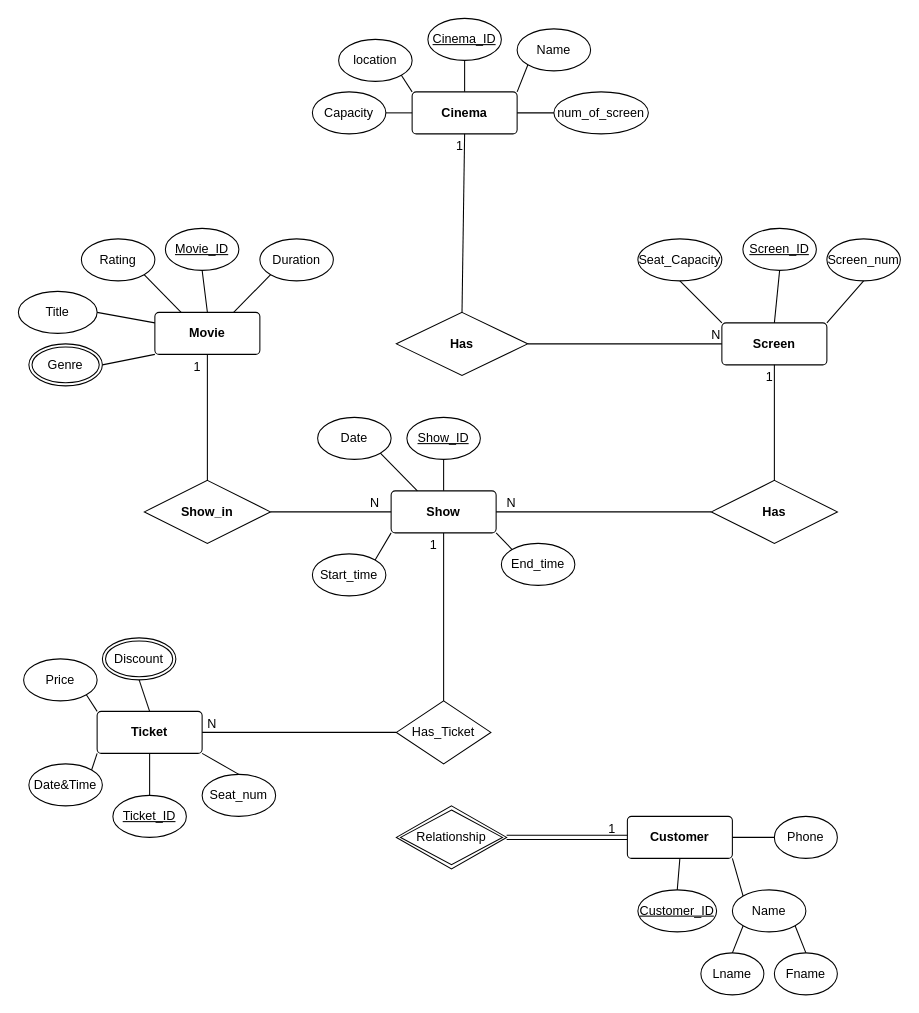
Earlier version of the draw.io diagram Untitled Diagram.drawio (R-Zarei/Cinema-db). Source tidied: cells renumbered, new cells numbered last; positions are measured from the earlier drawing's top-left corner, leaving out a move shared by most shapes. Both pictures are drawn from the tidied source at 105%, with x=0, y=0 at pixel (18, 18).
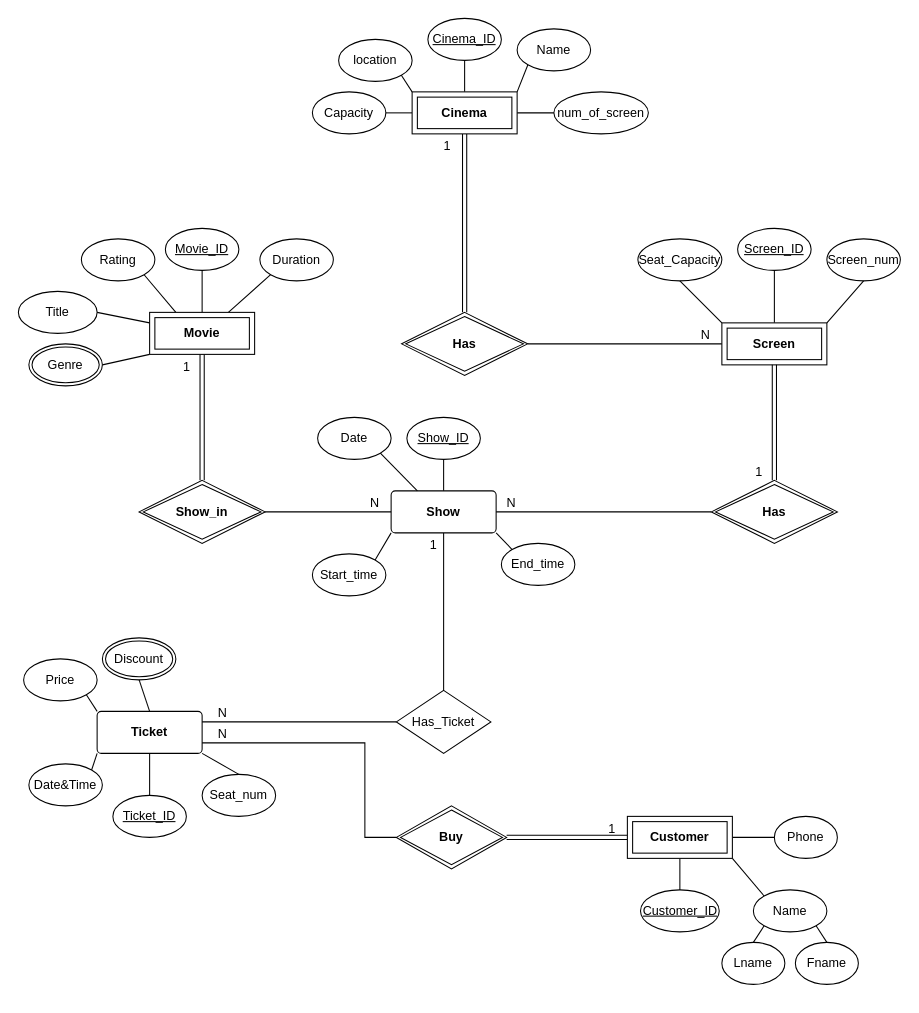
The same page after the edit.

The change refers to these unchanged cells:
```xml
<mxCell id="3" value="&lt;b&gt;Ticket&lt;/b&gt;" style="rounded=1;arcSize=10;whiteSpace=wrap;html=1;align=center;" parent="1" vertex="1">
  <mxGeometry x="75" y="660" width="100" height="40" as="geometry" />
</mxCell>
<mxCell id="34" value="&lt;b&gt;Show&lt;/b&gt;" style="rounded=1;arcSize=10;whiteSpace=wrap;html=1;align=center;" parent="1" vertex="1">
  <mxGeometry x="355" y="450" width="100" height="40" as="geometry" />
</mxCell>
<mxCell id="58" value="Phone" style="ellipse;whiteSpace=wrap;html=1;align=center;" parent="1" vertex="1">
  <mxGeometry x="720" y="760" width="60" height="40" as="geometry" />
</mxCell>
<mxCell id="60" value="Genre" style="ellipse;shape=doubleEllipse;margin=3;whiteSpace=wrap;html=1;align=center;" parent="1" vertex="1">
  <mxGeometry x="10" y="310" width="70" height="40" as="geometry" />
</mxCell>
```

Diff of the diagram source:
```diff
@@
-    <mxCell id="2" value="&lt;b&gt;Screen&lt;/b&gt;" style="rounded=1;arcSize=10;whiteSpace=wrap;html=1;align=center;" parent="1" vertex="1">
-      <mxGeometry x="670" y="290" width="100" height="40" as="geometry" />
-    </mxCell>
@@
-    <mxCell id="4" value="&lt;b&gt;Customer&lt;/b&gt;" style="rounded=1;arcSize=10;whiteSpace=wrap;html=1;align=center;" parent="1" vertex="1">
-      <mxGeometry x="580" y="760" width="100" height="40" as="geometry" />
-    </mxCell>
     <mxCell id="5" value="Screen_ID" style="ellipse;whiteSpace=wrap;html=1;align=center;fontStyle=4;" parent="1" vertex="1">
-      <mxGeometry x="690" y="200" width="70" height="40" as="geometry" />
+      <mxGeometry x="685" y="200" width="70" height="40" as="geometry" />
     </mxCell>
@@
     <mxCell id="11" value="Customer_ID" style="ellipse;whiteSpace=wrap;html=1;align=center;fontStyle=4;" parent="1" vertex="1">
-      <mxGeometry x="590" y="830" width="75" height="40" as="geometry" />
+      <mxGeometry x="592.5" y="830" width="75" height="40" as="geometry" />
     </mxCell>
-    <mxCell id="12" value="&lt;b&gt;Movie&lt;/b&gt;" style="rounded=1;arcSize=10;whiteSpace=wrap;html=1;align=center;" parent="1" vertex="1">
-      <mxGeometry x="130" y="280" width="100" height="40" as="geometry" />
-    </mxCell>
@@
-    <mxCell id="19" style="endArrow=none;html=1;rounded=0;entryX=0;entryY=1;entryDx=0;entryDy=0;exitX=1;exitY=0.5;exitDx=0;exitDy=0;" parent="1" edge="1" source="60" target="12">
+    <mxCell id="19" style="endArrow=none;html=1;rounded=0;exitX=1;exitY=0.5;exitDx=0;exitDy=0;entryX=0;entryY=1;entryDx=0;entryDy=0;" parent="1" edge="1" source="60" target="12">
       <mxGeometry relative="1" as="geometry" />
     </mxCell>
@@
     <mxCell id="22" value="Name" style="ellipse;whiteSpace=wrap;html=1;align=center;" parent="1" vertex="1">
-      <mxGeometry x="680" y="830" width="70" height="40" as="geometry" />
+      <mxGeometry x="700" y="830" width="70" height="40" as="geometry" />
     </mxCell>
-    <mxCell id="23" style="edgeStyle=orthogonalEdgeStyle;rounded=0;orthogonalLoop=1;jettySize=auto;html=1;exitX=0.5;exitY=1;exitDx=0;exitDy=0;" parent="1" edge="1" source="4" target="4">
-      <mxGeometry relative="1" as="geometry" />
+    <mxCell id="23" style="edgeStyle=orthogonalEdgeStyle;rounded=0;orthogonalLoop=1;jettySize=auto;html=1;exitX=0.5;exitY=1;exitDx=0;exitDy=0;" parent="1" edge="1">
+      <mxGeometry relative="1" as="geometry">
+        <mxPoint x="630" y="800" as="sourcePoint" />
+        <mxPoint x="630" y="800" as="targetPoint" />
+      </mxGeometry>
     </mxCell>
@@
-    <mxCell id="25" style="endArrow=none;html=1;rounded=0;exitX=1;exitY=1;exitDx=0;exitDy=0;entryX=0;entryY=0;entryDx=0;entryDy=0;" parent="1" edge="1" source="4" target="22">
+    <mxCell id="25" style="endArrow=none;html=1;rounded=0;entryX=0;entryY=0;entryDx=0;entryDy=0;exitX=1;exitY=1;exitDx=0;exitDy=0;" parent="1" edge="1" source="4" target="22">
       <mxGeometry relative="1" as="geometry" />
     </mxCell>
@@
-    <mxCell id="32" value="&lt;b&gt;Cinema&lt;/b&gt;" style="rounded=1;arcSize=10;whiteSpace=wrap;html=1;align=center;" parent="1" vertex="1">
-      <mxGeometry x="375" y="70" width="100" height="40" as="geometry" />
-    </mxCell>
@@
     <mxCell id="54" value="Lname" style="ellipse;whiteSpace=wrap;html=1;align=center;" parent="1" vertex="1">
-      <mxGeometry x="650" y="890" width="60" height="40" as="geometry" />
+      <mxGeometry x="670" y="880" width="60" height="40" as="geometry" />
     </mxCell>
     <mxCell id="55" value="Fname" style="ellipse;whiteSpace=wrap;html=1;align=center;" parent="1" vertex="1">
-      <mxGeometry x="720" y="890" width="60" height="40" as="geometry" />
+      <mxGeometry x="740" y="880" width="60" height="40" as="geometry" />
     </mxCell>
@@
-    <mxCell id="59" style="endArrow=none;html=1;rounded=0;exitX=1;exitY=0.5;exitDx=0;exitDy=0;entryX=0;entryY=0.5;entryDx=0;entryDy=0;" parent="1" edge="1" source="4" target="58">
+    <mxCell id="59" style="endArrow=none;html=1;rounded=0;entryX=0;entryY=0.5;entryDx=0;entryDy=0;exitX=1;exitY=0.5;exitDx=0;exitDy=0;" parent="1" edge="1" source="4" target="58">
       <mxGeometry relative="1" as="geometry" />
     </mxCell>
@@
-    <mxCell id="63" value="&lt;b&gt;Has&lt;/b&gt;" style="shape=rhombus;perimeter=rhombusPerimeter;whiteSpace=wrap;html=1;align=center;" parent="1" vertex="1">
-      <mxGeometry x="360" y="280" width="125" height="60" as="geometry" />
-    </mxCell>
-    <mxCell id="64" style="endArrow=none;html=1;rounded=0;entryX=0;entryY=0.5;entryDx=0;entryDy=0;exitX=1;exitY=0.5;exitDx=0;exitDy=0;" parent="1" edge="1" source="63" target="2">
+    <mxCell id="64" style="endArrow=none;html=1;rounded=0;exitX=1;exitY=0.5;exitDx=0;exitDy=0;entryX=0;entryY=0.5;entryDx=0;entryDy=0;" parent="1" edge="1" source="90" target="2">
       <mxGeometry relative="1" as="geometry" />
     </mxCell>
     <mxCell id="65" value="N" style="html=1;whiteSpace=wrap;align=right;verticalAlign=bottom;" parent="64" vertex="1">
-      <mxGeometry x="1" relative="1" as="geometry" />
+      <mxGeometry x="1" relative="1" as="geometry">
+        <mxPoint x="-10" as="offset" />
+      </mxGeometry>
     </mxCell>
-    <mxCell id="66" style="endArrow=none;html=1;rounded=0;entryX=0.5;entryY=1;entryDx=0;entryDy=0;exitX=0.5;exitY=0;exitDx=0;exitDy=0;" parent="1" edge="1" source="63" target="32">
-      <mxGeometry relative="1" as="geometry" />
-    </mxCell>
-    <mxCell id="67" value="1" style="html=1;whiteSpace=wrap;align=right;verticalAlign=bottom;" parent="66" vertex="1">
-      <mxGeometry x="1" relative="1" as="geometry">
-        <mxPoint y="20" as="offset" />
-      </mxGeometry>
-    </mxCell>
-    <mxCell id="68" value="&lt;b&gt;Has&lt;/b&gt;" style="shape=rhombus;perimeter=rhombusPerimeter;whiteSpace=wrap;html=1;align=center;" parent="1" vertex="1">
-      <mxGeometry x="660" y="440" width="120" height="60" as="geometry" />
-    </mxCell>
-    <mxCell id="69" style="endArrow=none;html=1;rounded=0;entryX=1;entryY=0.5;entryDx=0;entryDy=0;exitX=0;exitY=0.5;exitDx=0;exitDy=0;" parent="1" edge="1" source="68" target="34">
+    <mxCell id="69" style="endArrow=none;html=1;rounded=0;entryX=1;entryY=0.5;entryDx=0;entryDy=0;exitX=0;exitY=0.5;exitDx=0;exitDy=0;" parent="1" edge="1" source="94" target="34">
       <mxGeometry relative="1" as="geometry" />
     </mxCell>
@@
-    <mxCell id="71" style="endArrow=none;html=1;rounded=0;entryX=0.5;entryY=1;entryDx=0;entryDy=0;exitX=0.5;exitY=0;exitDx=0;exitDy=0;" parent="1" edge="1" source="68" target="2">
-      <mxGeometry relative="1" as="geometry" />
-    </mxCell>
-    <mxCell id="72" value="1" style="html=1;whiteSpace=wrap;align=right;verticalAlign=bottom;" parent="71" vertex="1">
-      <mxGeometry x="1" relative="1" as="geometry">
-        <mxPoint y="20" as="offset" />
-      </mxGeometry>
-    </mxCell>
-    <mxCell id="73" value="&lt;b&gt;Show_in&lt;/b&gt;" style="shape=rhombus;perimeter=rhombusPerimeter;whiteSpace=wrap;html=1;align=center;" parent="1" vertex="1">
-      <mxGeometry x="120" y="440" width="120" height="60" as="geometry" />
-    </mxCell>
-    <mxCell id="74" style="endArrow=none;html=1;rounded=0;exitX=1;exitY=0.5;exitDx=0;exitDy=0;entryX=0;entryY=0.5;entryDx=0;entryDy=0;" parent="1" edge="1" source="73" target="34">
+    <mxCell id="74" style="endArrow=none;html=1;rounded=0;entryX=0;entryY=0.5;entryDx=0;entryDy=0;exitX=1;exitY=0.5;exitDx=0;exitDy=0;" parent="1" edge="1" source="73" target="34">
       <mxGeometry relative="1" as="geometry" />
     </mxCell>
@@
-    <mxCell id="76" style="endArrow=none;html=1;rounded=0;entryX=0.5;entryY=1;entryDx=0;entryDy=0;exitX=0.5;exitY=0;exitDx=0;exitDy=0;" parent="1" edge="1" source="73" target="12">
-      <mxGeometry relative="1" as="geometry" />
-    </mxCell>
-    <mxCell id="77" value="1" style="html=1;whiteSpace=wrap;align=right;verticalAlign=bottom;" parent="76" vertex="1">
-      <mxGeometry x="1" relative="1" as="geometry">
-        <mxPoint x="-5" y="20" as="offset" />
-      </mxGeometry>
-    </mxCell>
     <mxCell id="78" value="Has_Ticket" style="shape=rhombus;perimeter=rhombusPerimeter;whiteSpace=wrap;html=1;align=center;" parent="1" vertex="1">
-      <mxGeometry x="360" y="650" width="90" height="60" as="geometry" />
+      <mxGeometry x="360" y="640" width="90" height="60" as="geometry" />
     </mxCell>
@@
-    <mxCell id="81" style="endArrow=none;html=1;rounded=0;entryX=1;entryY=0.5;entryDx=0;entryDy=0;exitX=0;exitY=0.5;exitDx=0;exitDy=0;" parent="1" edge="1" source="78" target="3">
+    <mxCell id="81" style="endArrow=none;html=1;rounded=0;entryX=1;entryY=0.25;entryDx=0;entryDy=0;exitX=0;exitY=0.5;exitDx=0;exitDy=0;" parent="1" edge="1" source="78" target="3">
       <mxGeometry relative="1" as="geometry" />
     </mxCell>
     <mxCell id="82" value="N" style="html=1;whiteSpace=wrap;align=right;verticalAlign=bottom;" parent="81" vertex="1">
       <mxGeometry x="1" relative="1" as="geometry">
-        <mxPoint x="15" as="offset" />
+        <mxPoint x="25" as="offset" />
       </mxGeometry>
     </mxCell>
-    <mxCell id="83" value="Relationship" style="shape=rhombus;double=1;perimeter=rhombusPerimeter;whiteSpace=wrap;html=1;align=center;" parent="1" vertex="1">
+    <mxCell id="83" value="&lt;b&gt;Buy&lt;/b&gt;" style="shape=rhombus;double=1;perimeter=rhombusPerimeter;whiteSpace=wrap;html=1;align=center;" parent="1" vertex="1">
       <mxGeometry x="360" y="750" width="105" height="60" as="geometry" />
     </mxCell>
-    <mxCell id="84" style="shape=link;html=1;rounded=0;entryX=0;entryY=0.5;entryDx=0;entryDy=0;exitX=1;exitY=0.5;exitDx=0;exitDy=0;" parent="1" edge="1" source="83" target="4">
+    <mxCell id="84" style="shape=link;html=1;rounded=0;exitX=1;exitY=0.5;exitDx=0;exitDy=0;entryX=0;entryY=0.5;entryDx=0;entryDy=0;" parent="1" edge="1" source="83" target="4">
       <mxGeometry relative="1" as="geometry" />
     </mxCell>
@@
+    <mxCell id="86" style="endArrow=none;html=1;rounded=0;entryX=1;entryY=0.75;entryDx=0;entryDy=0;edgeStyle=elbowEdgeStyle;exitX=0;exitY=0.5;exitDx=0;exitDy=0;" parent="1" edge="1" source="83" target="3">
+      <mxGeometry relative="1" as="geometry">
+        <Array as="points">
+          <mxPoint x="330" y="740" />
+        </Array>
+      </mxGeometry>
+    </mxCell>
+    <mxCell id="87" value="N" style="html=1;whiteSpace=wrap;align=right;verticalAlign=bottom;" parent="86" vertex="1">
+      <mxGeometry x="1" relative="1" as="geometry">
+        <mxPoint x="25" as="offset" />
+      </mxGeometry>
+    </mxCell>
+    <mxCell id="88" style="shape=link;html=1;rounded=0;exitX=0.5;exitY=0;exitDx=0;exitDy=0;entryX=0.5;entryY=1;entryDx=0;entryDy=0;" parent="1" edge="1" source="90" target="32">
+      <mxGeometry relative="1" as="geometry" />
+    </mxCell>
+    <mxCell id="89" value="1" style="html=1;whiteSpace=wrap;align=right;verticalAlign=bottom;" parent="88" vertex="1">
+      <mxGeometry x="1" relative="1" as="geometry">
+        <mxPoint x="-12" y="20" as="offset" />
+      </mxGeometry>
+    </mxCell>
+    <mxCell id="90" value="&lt;b&gt;Has&lt;/b&gt;" style="shape=rhombus;double=1;perimeter=rhombusPerimeter;whiteSpace=wrap;html=1;align=center;strokeColor=default;verticalAlign=middle;fontFamily=Helvetica;fontSize=12;fontColor=default;fillColor=default;" parent="1" vertex="1">
+      <mxGeometry x="365" y="280" width="120" height="60" as="geometry" />
+    </mxCell>
+    <mxCell id="32" value="&lt;b&gt;Cinema&lt;/b&gt;" style="shape=ext;margin=3;double=1;whiteSpace=wrap;html=1;align=center;strokeColor=default;verticalAlign=middle;fontFamily=Helvetica;fontSize=12;fontColor=default;fillColor=default;" parent="1" vertex="1">
+      <mxGeometry x="375" y="70" width="100" height="40" as="geometry" />
+    </mxCell>
+    <mxCell id="73" value="&lt;b&gt;Show_in&lt;/b&gt;" style="shape=rhombus;double=1;perimeter=rhombusPerimeter;whiteSpace=wrap;html=1;align=center;strokeColor=default;verticalAlign=middle;fontFamily=Helvetica;fontSize=12;fontColor=default;fillColor=default;" parent="1" vertex="1">
+      <mxGeometry x="115" y="440" width="120" height="60" as="geometry" />
+    </mxCell>
+    <mxCell id="76" style="shape=link;html=1;rounded=0;fontFamily=Helvetica;fontSize=12;fontColor=default;exitX=0.5;exitY=0;exitDx=0;exitDy=0;entryX=0.5;entryY=1;entryDx=0;entryDy=0;" parent="1" edge="1" source="73" target="12">
+      <mxGeometry relative="1" as="geometry" />
+    </mxCell>
+    <mxCell id="91" value="1" style="html=1;whiteSpace=wrap;align=right;verticalAlign=bottom;strokeColor=default;fontFamily=Helvetica;fontSize=12;fontColor=default;fillColor=default;" parent="76" vertex="1">
+      <mxGeometry x="1" relative="1" as="geometry">
+        <mxPoint x="-10" y="20" as="offset" />
+      </mxGeometry>
+    </mxCell>
+    <mxCell id="12" value="&lt;b&gt;Movie&lt;/b&gt;" style="shape=ext;margin=3;double=1;whiteSpace=wrap;html=1;align=center;strokeColor=default;verticalAlign=middle;fontFamily=Helvetica;fontSize=12;fontColor=default;fillColor=default;" parent="1" vertex="1">
+      <mxGeometry x="125" y="280" width="100" height="40" as="geometry" />
+    </mxCell>
+    <mxCell id="4" value="&lt;b&gt;Customer&lt;/b&gt;" style="shape=ext;margin=3;double=1;whiteSpace=wrap;html=1;align=center;strokeColor=default;verticalAlign=middle;fontFamily=Helvetica;fontSize=12;fontColor=default;fillColor=default;" parent="1" vertex="1">
+      <mxGeometry x="580" y="760" width="100" height="40" as="geometry" />
+    </mxCell>
+    <mxCell id="2" value="&lt;b&gt;Screen&lt;/b&gt;" style="shape=ext;margin=3;double=1;whiteSpace=wrap;html=1;align=center;strokeColor=default;verticalAlign=middle;fontFamily=Helvetica;fontSize=12;fontColor=default;fillColor=default;" parent="1" vertex="1">
+      <mxGeometry x="670" y="290" width="100" height="40" as="geometry" />
+    </mxCell>
+    <mxCell id="92" style="shape=link;html=1;rounded=0;fontFamily=Helvetica;fontSize=12;fontColor=default;exitX=0.5;exitY=1;exitDx=0;exitDy=0;entryX=0.5;entryY=0;entryDx=0;entryDy=0;" parent="1" edge="1" source="2" target="94">
+      <mxGeometry relative="1" as="geometry" />
+    </mxCell>
+    <mxCell id="93" value="1" style="html=1;whiteSpace=wrap;align=right;verticalAlign=bottom;strokeColor=default;fontFamily=Helvetica;fontSize=12;fontColor=default;fillColor=default;" parent="92" vertex="1">
+      <mxGeometry x="1" relative="1" as="geometry">
+        <mxPoint x="-10" as="offset" />
+      </mxGeometry>
+    </mxCell>
+    <mxCell id="94" value="&lt;b&gt;Has&lt;/b&gt;" style="shape=rhombus;double=1;perimeter=rhombusPerimeter;whiteSpace=wrap;html=1;align=center;strokeColor=default;verticalAlign=middle;fontFamily=Helvetica;fontSize=12;fontColor=default;fillColor=default;" parent="1" vertex="1">
+      <mxGeometry x="660" y="440" width="120" height="60" as="geometry" />
+    </mxCell>
```
